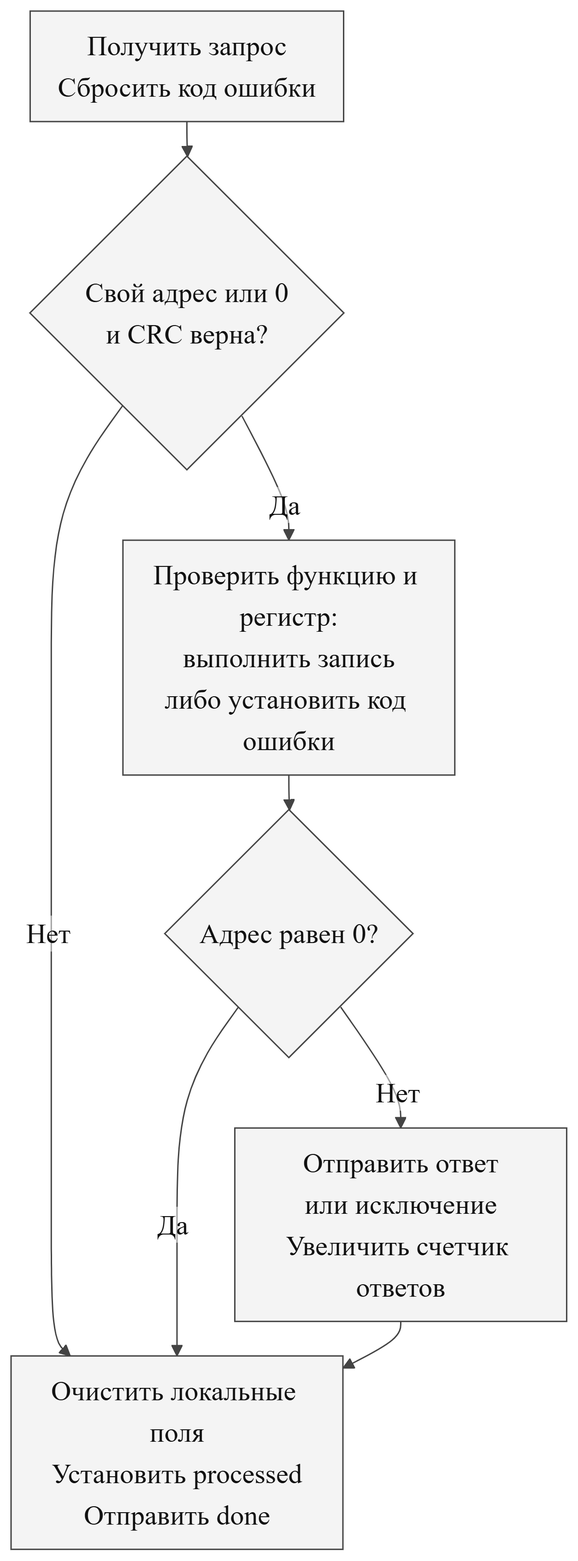
This is report/figures/slave.png from DafterT/modbus-promela, a Mermaid export, as it was before one commit. Its source is kept beside it as report/figures/slave.mmd.
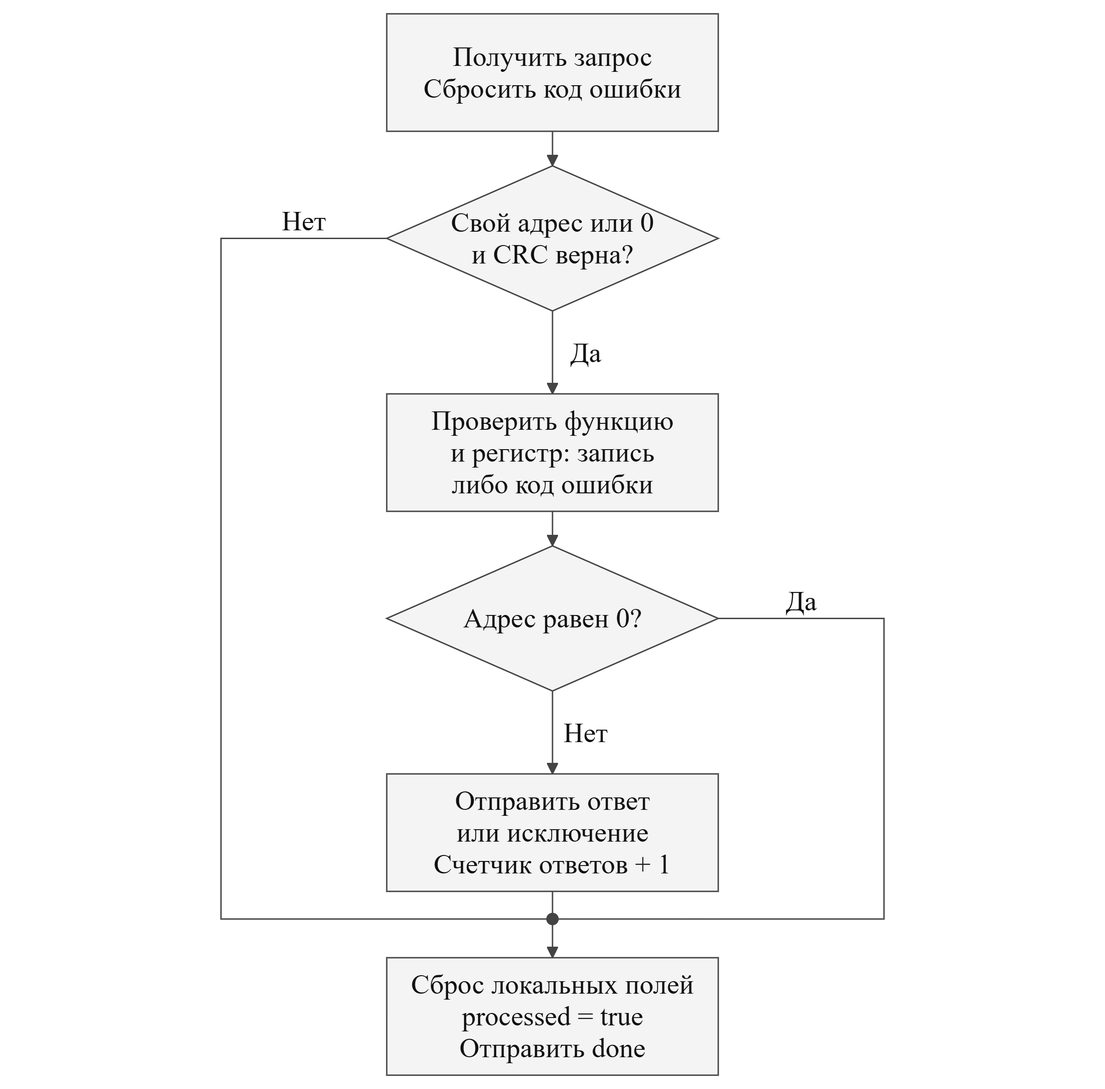
The same file after the commit.

What changed in the source:
```diff
@@ -1,8 +1,10 @@
 flowchart TB
     A["Получить запрос<br/>Сбросить код ошибки"] --> B{"Свой адрес или 0<br/>и CRC верна?"}
-    B -- Нет --> Z["Очистить локальные поля<br/>Установить processed<br/>Отправить done"]
-    B -- Да --> C["Проверить функцию и регистр:<br/>выполнить запись<br/>либо установить код ошибки"]
+    B -- Нет --> K(( ))
+    B -- Да --> C["Проверить функцию<br/>и регистр: запись<br/>либо код ошибки"]
     C --> I{"Адрес равен 0?"}
-    I -- Да --> Z
-    I -- Нет --> J["Отправить ответ<br/>или исключение<br/>Увеличить счетчик ответов"]
-    J --> Z
+    I -- Да --> K
+    I -- Нет --> J["Отправить ответ<br/>или исключение<br/>Счетчик ответов + 1"]
+    J --> K
+    K --> Z["Сброс локальных полей<br/>processed = true<br/>Отправить done"]
+    style K fill:#444,stroke:#444
```
